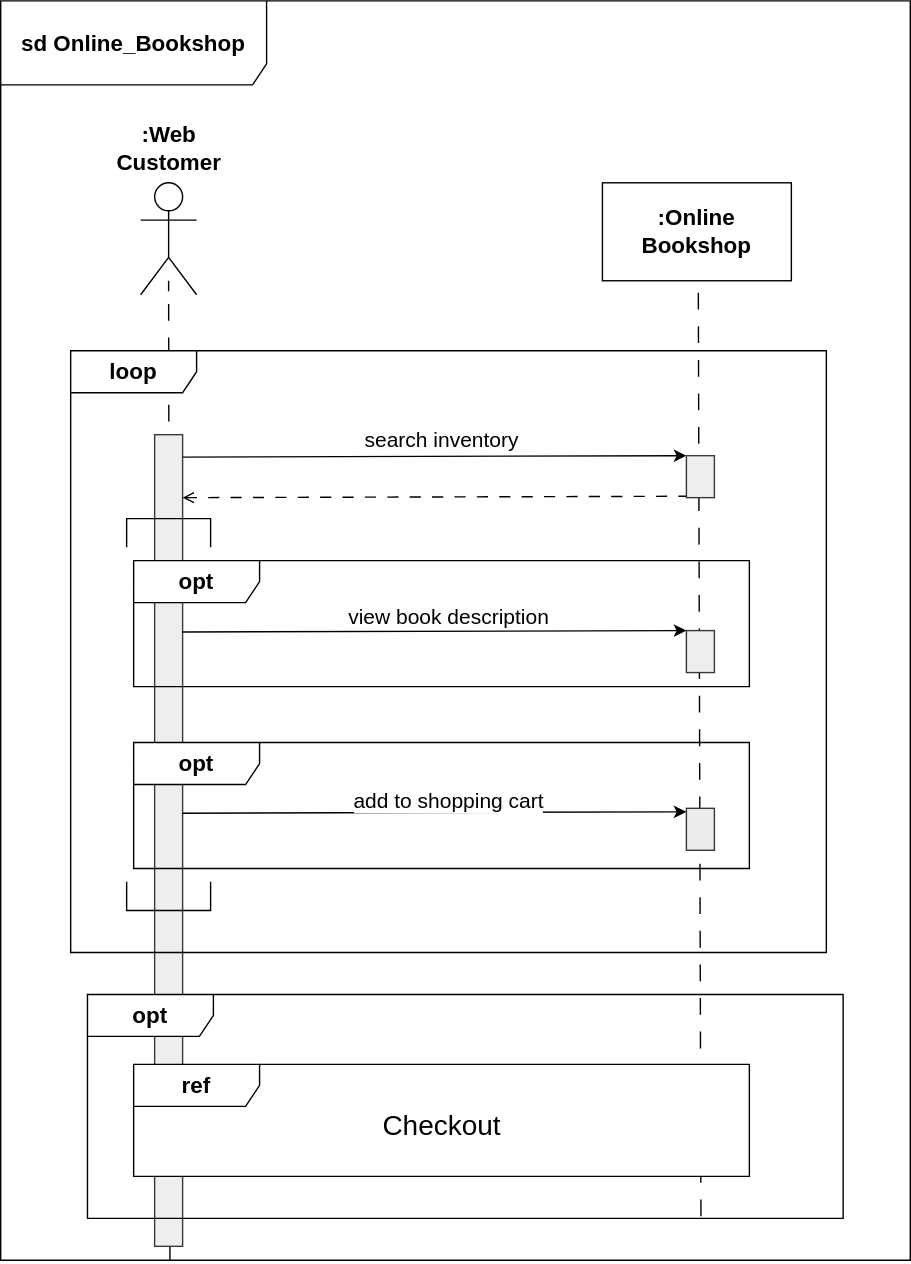
Before: SequenceDiagram.drawio.svg, a diagram exported from draw.io (minh071289/AI_system). Source tidied: cells renumbered, new cells last; positions are measured from the earlier drawing's top-left corner, leaving out a move shared by most shapes.
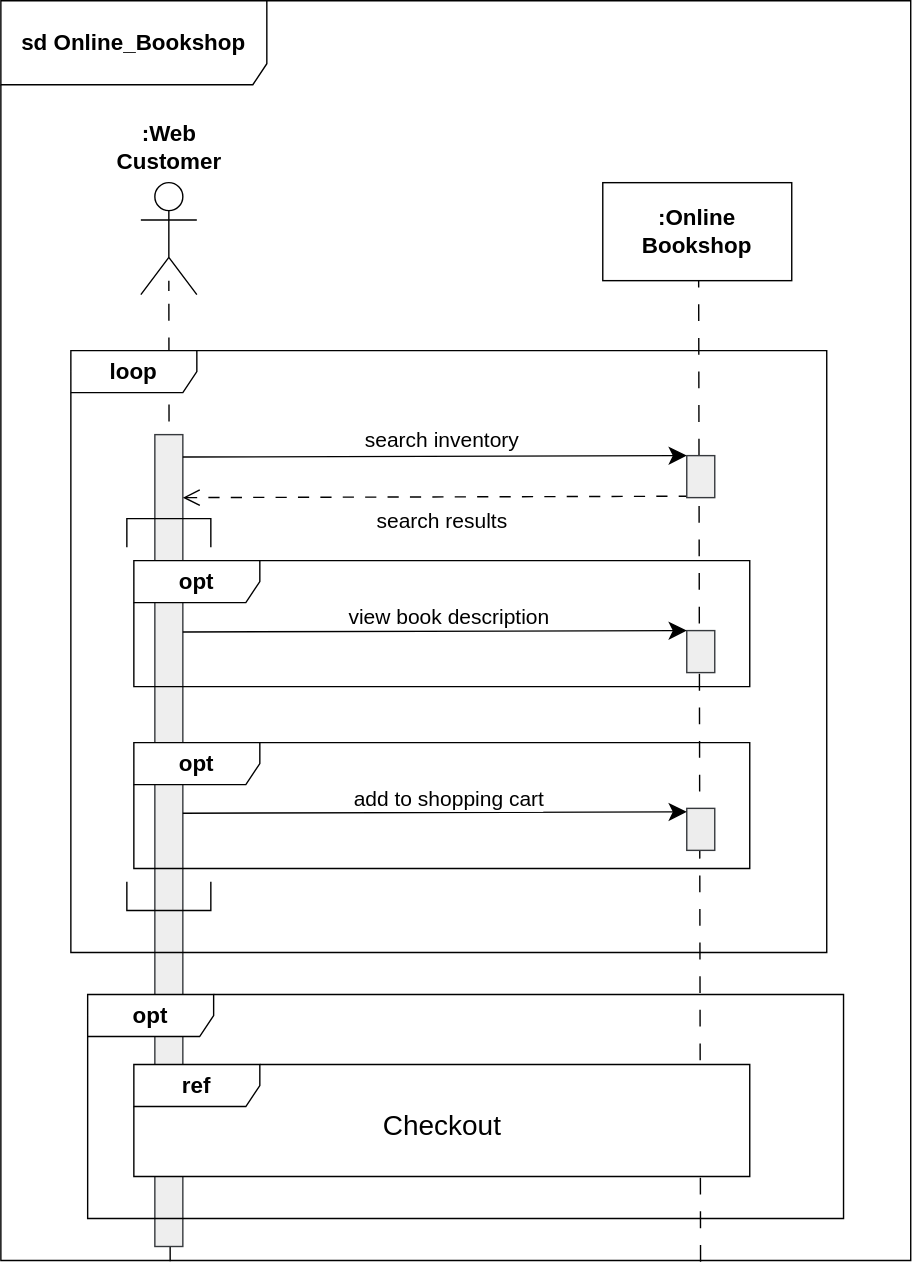
After the commit.

The edit, as a diff of the source:
```diff
@@ -10,9 +10,8 @@
         </Array>
       </mxGeometry>
     </mxCell>
-    <mxCell id="3" style="endArrow=none;html=1;rounded=0;entryX=0.5;entryY=1;entryDx=0;entryDy=0;exitX=0.81;exitY=0.991;exitDx=0;exitDy=0;exitPerimeter=0;dashed=1;dashPattern=12 12;" parent="1" edge="1">
+    <mxCell id="3" style="endArrow=none;html=1;rounded=0;entryX=0.5;entryY=1;entryDx=0;entryDy=0;dashed=1;dashPattern=12 12;exitX=0.769;exitY=1.001;exitDx=0;exitDy=0;exitPerimeter=0;" parent="1" edge="1" source="4">
       <mxGeometry relative="1" as="geometry">
-        <mxPoint x="500.4" y="868.6" as="sourcePoint" />
         <mxPoint x="498.5" y="200" as="targetPoint" />
       </mxGeometry>
     </mxCell>
@@ -25,12 +24,12 @@
     <mxCell id="6" value="&lt;b&gt;&lt;font style=&quot;font-size: 16px;&quot;&gt;opt&lt;/font&gt;&lt;/b&gt;" style="shape=umlFrame;whiteSpace=wrap;html=1;width=90;height=30;" parent="1" vertex="1">
       <mxGeometry x="95" y="400" width="440" height="90" as="geometry" />
     </mxCell>
-    <mxCell id="7" style="endArrow=classic;html=1;rounded=0;entryX=0;entryY=0;entryDx=0;entryDy=0;endFill=1;" parent="1" edge="1" target="12">
+    <mxCell id="7" style="endArrow=classic;html=1;rounded=0;entryX=0;entryY=0;entryDx=0;entryDy=0;endFill=1;endSize=10;" parent="1" edge="1" target="12">
       <mxGeometry relative="1" as="geometry">
         <mxPoint x="130" y="326" as="sourcePoint" />
       </mxGeometry>
     </mxCell>
-    <mxCell id="8" style="endArrow=none;html=1;rounded=0;entryX=0;entryY=0;entryDx=0;entryDy=0;startArrow=open;startFill=0;dashed=1;dashPattern=8 8;" parent="1" edge="1">
+    <mxCell id="8" style="endArrow=none;html=1;rounded=0;entryX=0;entryY=0;entryDx=0;entryDy=0;startArrow=open;startFill=0;dashed=1;dashPattern=8 8;startSize=10;" parent="1" edge="1">
       <mxGeometry relative="1" as="geometry">
         <mxPoint x="130" y="355" as="sourcePoint" />
         <mxPoint x="490" y="354" as="targetPoint" />
@@ -44,7 +43,7 @@
     <mxCell id="10" style="rounded=0;whiteSpace=wrap;html=1;fillColor=#eeeeee;strokeColor=#36393d;fillStyle=auto;" parent="1" vertex="1">
       <mxGeometry x="490" y="450" width="20" height="30" as="geometry" />
     </mxCell>
-    <mxCell id="11" style="endArrow=classic;html=1;rounded=0;entryX=0;entryY=0;entryDx=0;entryDy=0;endFill=1;" parent="1" edge="1">
+    <mxCell id="11" style="endArrow=classic;html=1;rounded=0;entryX=0;entryY=0;entryDx=0;entryDy=0;endFill=1;endSize=10;" parent="1" edge="1">
       <mxGeometry relative="1" as="geometry">
         <mxPoint x="130" y="451" as="sourcePoint" />
         <mxPoint x="490" y="450" as="targetPoint" />
@@ -64,14 +63,14 @@
     <mxCell id="15" style="rounded=0;whiteSpace=wrap;html=1;fillColor=light-dark(#ededed, #202020);strokeColor=#36393d;" parent="1" vertex="1">
       <mxGeometry x="490" y="577" width="20" height="30" as="geometry" />
     </mxCell>
-    <mxCell id="16" style="endArrow=classic;html=1;rounded=0;entryX=0;entryY=0;entryDx=0;entryDy=0;endFill=1;" parent="1" edge="1">
+    <mxCell id="16" style="endArrow=classic;html=1;rounded=0;entryX=0;entryY=0;entryDx=0;entryDy=0;endFill=1;endSize=10;" parent="1" edge="1">
       <mxGeometry relative="1" as="geometry">
         <mxPoint x="130" y="580.5" as="sourcePoint" />
         <mxPoint x="490" y="579.5" as="targetPoint" />
       </mxGeometry>
     </mxCell>
     <mxCell id="17" value="&lt;font style=&quot;font-size: 15px;&quot;&gt;add to shopping cart&lt;/font&gt;" style="edgeLabel;html=1;align=center;verticalAlign=middle;" parent="1" vertex="1">
-      <mxGeometry x="315" y="571" as="geometry">
+      <mxGeometry x="315" y="570" as="geometry">
         <mxPoint x="4" y="-1" as="offset" />
       </mxGeometry>
     </mxCell>
@@ -93,6 +92,11 @@
     <mxCell id="23" value="&lt;span style=&quot;font-size: 16px; text-wrap-mode: wrap;&quot;&gt;&lt;b&gt;:Web Customer&lt;/b&gt;&lt;/span&gt;" style="text;html=1;align=center;verticalAlign=middle;strokeColor=none;fillColor=none;" parent="1" vertex="1">
       <mxGeometry x="50" y="90" width="140" height="30" as="geometry" />
     </mxCell>
+    <mxCell id="28" value="&lt;font style=&quot;font-size: 15px;&quot;&gt;search results&lt;/font&gt;" style="edgeLabel;html=1;align=center;verticalAlign=middle;" parent="1" vertex="1">
+      <mxGeometry x="332" y="435" as="geometry">
+        <mxPoint x="-18" y="-65" as="offset" />
+      </mxGeometry>
+    </mxCell>
     <mxCell id="24" parent="0" />
     <mxCell id="25" style="shape=umlActor;verticalLabelPosition=bottom;verticalAlign=top;html=1;outlineConnect=0;" parent="24" vertex="1">
       <mxGeometry x="100" y="130" width="40" height="80" as="geometry" />
```
